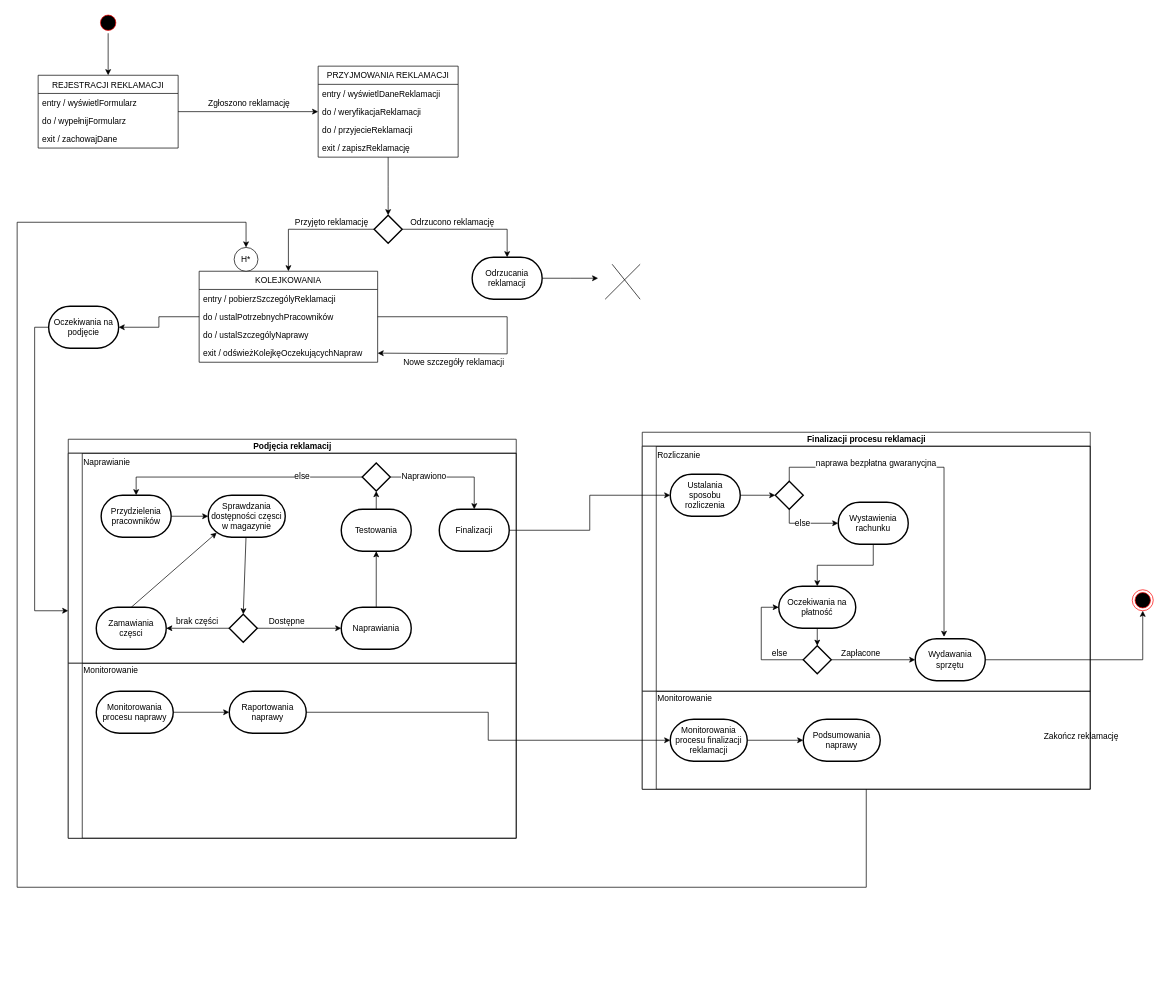
Before: Projekt4_diagram_maszyny_stanowej.drawio in kamilmix/e-learning_UCD, a draw.io diagram. Source tidied: cells renumbered, new cells numbered last; positions are measured from the earlier drawing's top-left corner, leaving out a move shared by most shapes. Both pictures are drawn from the tidied source at 70%, with x=0, y=0 at pixel (17, 12).
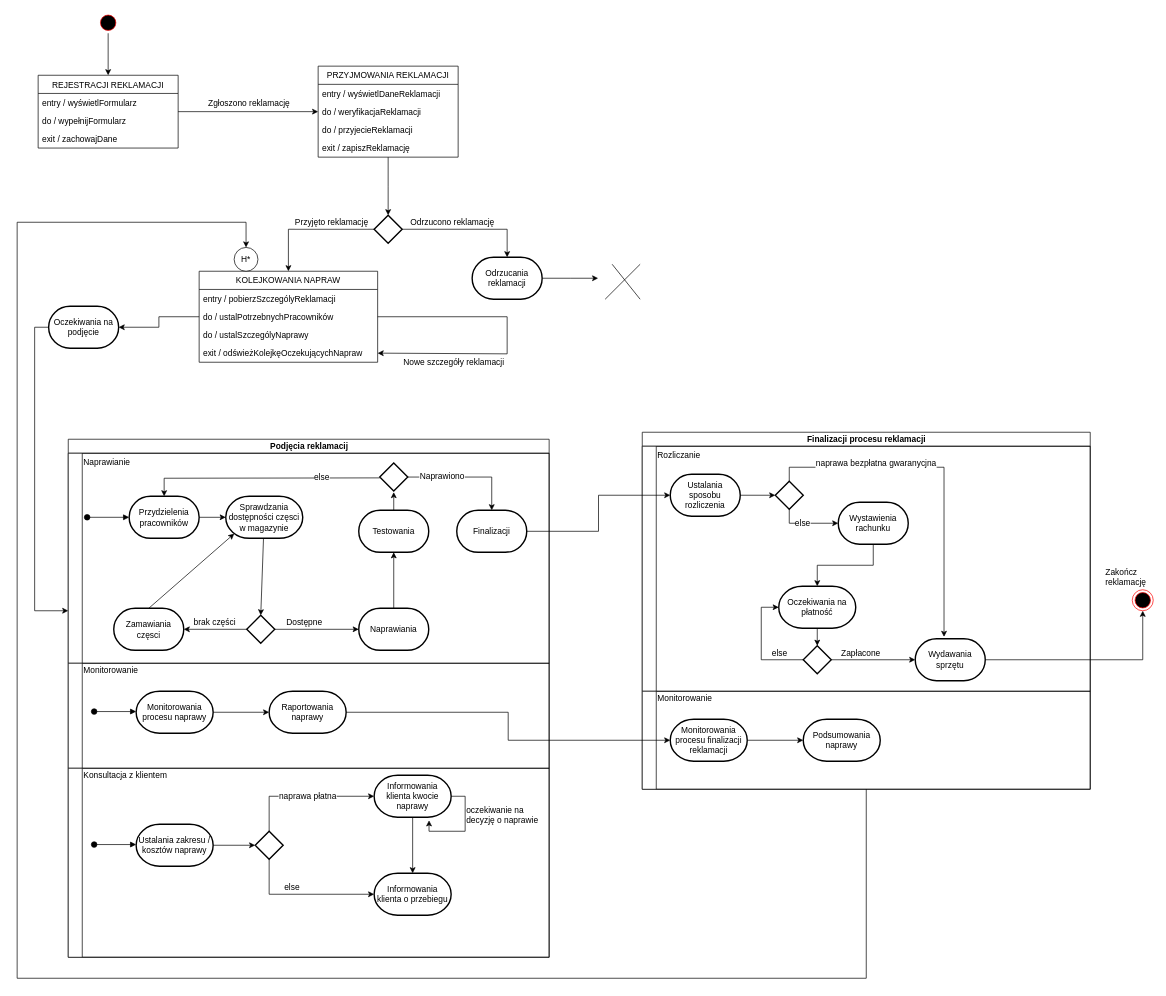
The same page after the edit.

The change refers to these unchanged cells:
```xml
<mxCell id="73" style="swimlane;html=1;startSize=20;horizontal=0;" parent="53" vertex="1">
  <mxGeometry y="370" width="640" height="140" as="geometry" />
</mxCell>
<mxCell id="95" value="H*" style="ellipse;whiteSpace=wrap;html=1;" parent="1" vertex="1">
  <mxGeometry x="310" y="336" width="34" height="34" as="geometry" />
</mxCell>
```

Diff of the diagram source:
```diff
@@
-    <mxCell id="8" value="KOLEJKOWANIA" style="swimlane;fontStyle=0;horizontal=1;startSize=26;fillColor=none;" parent="1" vertex="1">
+    <mxCell id="8" value="KOLEJKOWANIA NAPRAW" style="swimlane;fontStyle=0;horizontal=1;startSize=26;fillColor=none;" parent="1" vertex="1">
       <mxGeometry x="260" y="370" width="255" height="130" as="geometry" />
     </mxCell>
@@
     <mxCell id="24" value="Podjęcia reklamacij" style="swimlane;html=1;horizontal=1;startSize=20;" parent="1" vertex="1">
-      <mxGeometry x="73" y="610" width="640" height="570" as="geometry" />
+      <mxGeometry x="73" y="610" width="687" height="740" as="geometry" />
     </mxCell>
     <mxCell id="25" style="swimlane;html=1;startSize=20;horizontal=0;" parent="24" vertex="1">
-      <mxGeometry y="20" width="640" height="300" as="geometry" />
+      <mxGeometry y="20" width="687" height="300" as="geometry" />
     </mxCell>
@@
     <mxCell id="27" value="Przydzielenia pracowników" style="strokeWidth=2;html=1;shape=mxgraph.flowchart.terminator;whiteSpace=wrap;" parent="25" vertex="1">
-      <mxGeometry x="47" y="60" width="100" height="60" as="geometry" />
+      <mxGeometry x="87" y="61.5" width="100" height="60" as="geometry" />
     </mxCell>
@@
     <mxCell id="29" value="Sprawdzania dostępności częsci w magazynie" style="strokeWidth=2;html=1;shape=mxgraph.flowchart.terminator;whiteSpace=wrap;" parent="25" vertex="1">
-      <mxGeometry x="200" y="60" width="110" height="60" as="geometry" />
+      <mxGeometry x="225" y="61.5" width="110" height="60" as="geometry" />
     </mxCell>
@@
     <mxCell id="34" style="strokeWidth=2;html=1;shape=mxgraph.flowchart.decision;whiteSpace=wrap;" parent="25" vertex="1">
-      <mxGeometry x="230" y="230" width="40" height="40" as="geometry" />
+      <mxGeometry x="255" y="231.5" width="40" height="40" as="geometry" />
     </mxCell>
@@
     <mxCell id="36" value="Zamawiania częsci" style="strokeWidth=2;html=1;shape=mxgraph.flowchart.terminator;whiteSpace=wrap;" parent="25" vertex="1">
-      <mxGeometry x="40" y="220" width="100" height="60" as="geometry" />
+      <mxGeometry x="65" y="221.5" width="100" height="60" as="geometry" />
     </mxCell>
@@
     <mxCell id="38" value="Naprawiania" style="strokeWidth=2;html=1;shape=mxgraph.flowchart.terminator;whiteSpace=wrap;" parent="25" vertex="1">
-      <mxGeometry x="390" y="220" width="100" height="60" as="geometry" />
+      <mxGeometry x="415" y="221.5" width="100" height="60" as="geometry" />
     </mxCell>
-    <mxCell id="39" style="edgeStyle=none;rounded=0;jettySize=auto;html=1;exitX=0.5;exitY=0;exitDx=0;exitDy=0;exitPerimeter=0;entryX=0.5;entryY=1;entryDx=0;entryDy=0;entryPerimeter=0;" parent="25" edge="1" source="40" target="44">
-      <mxGeometry relative="1" as="geometry" />
+    <mxCell id="39" style="edgeStyle=none;rounded=0;jettySize=auto;html=1;exitX=0.5;exitY=0;exitDx=0;exitDy=0;exitPerimeter=0;entryX=0.5;entryY=1;entryDx=0;entryDy=0;entryPerimeter=0;" parent="25" edge="1" source="40">
+      <mxGeometry relative="1" as="geometry">
+        <mxPoint x="465" y="55.5" as="targetPoint" />
+      </mxGeometry>
     </mxCell>
     <mxCell id="40" value="Testowania" style="strokeWidth=2;html=1;shape=mxgraph.flowchart.terminator;whiteSpace=wrap;" parent="25" vertex="1">
-      <mxGeometry x="390" y="80" width="100" height="60" as="geometry" />
+      <mxGeometry x="415" y="81.5" width="100" height="60" as="geometry" />
     </mxCell>
@@
-    <mxCell id="42" style="rounded=0;jettySize=auto;html=1;exitX=0;exitY=0.5;exitDx=0;exitDy=0;exitPerimeter=0;entryX=0.5;entryY=0;entryDx=0;entryDy=0;entryPerimeter=0;edgeStyle=orthogonalEdgeStyle;" parent="25" edge="1" source="44" target="27">
-      <mxGeometry relative="1" as="geometry" />
+    <mxCell id="42" style="rounded=0;jettySize=auto;html=1;exitX=0;exitY=0.5;exitDx=0;exitDy=0;exitPerimeter=0;entryX=0.5;entryY=0;entryDx=0;entryDy=0;entryPerimeter=0;edgeStyle=orthogonalEdgeStyle;" parent="25" edge="1" target="27">
+      <mxGeometry relative="1" as="geometry">
+        <mxPoint x="445" y="35.2" as="sourcePoint" />
+      </mxGeometry>
     </mxCell>
@@
     <mxCell id="44" style="strokeWidth=2;html=1;shape=mxgraph.flowchart.decision;whiteSpace=wrap;" parent="25" vertex="1">
-      <mxGeometry x="420" y="14" width="40" height="40" as="geometry" />
+      <mxGeometry x="445" y="14" width="40" height="40" as="geometry" />
     </mxCell>
     <mxCell id="45" value="Finalizacji" style="strokeWidth=2;html=1;shape=mxgraph.flowchart.terminator;whiteSpace=wrap;" parent="25" vertex="1">
-      <mxGeometry x="530" y="80" width="100" height="60" as="geometry" />
+      <mxGeometry x="555" y="81.5" width="100" height="60" as="geometry" />
     </mxCell>
@@
+    <mxCell id="96" style="html=1;verticalAlign=bottom;startArrow=oval;startFill=1;endArrow=block;startSize=8;" parent="25" edge="1">
+      <mxGeometry relative="1" as="geometry">
+        <mxPoint x="27" y="91.5" as="sourcePoint" />
+        <mxPoint x="87" y="91.5" as="targetPoint" />
+      </mxGeometry>
+    </mxCell>
     <mxCell id="48" style="swimlane;html=1;startSize=20;horizontal=0;" parent="24" vertex="1">
-      <mxGeometry y="320" width="640" height="250" as="geometry" />
+      <mxGeometry y="320" width="687" height="150" as="geometry" />
     </mxCell>
@@
     <mxCell id="51" value="Monitorowania procesu naprawy" style="strokeWidth=2;html=1;shape=mxgraph.flowchart.terminator;whiteSpace=wrap;" parent="48" vertex="1">
-      <mxGeometry x="40" y="40" width="110" height="60" as="geometry" />
+      <mxGeometry x="97" y="40" width="110" height="60" as="geometry" />
     </mxCell>
     <mxCell id="52" value="Raportowania naprawy" style="strokeWidth=2;html=1;shape=mxgraph.flowchart.terminator;whiteSpace=wrap;" parent="48" vertex="1">
-      <mxGeometry x="230" y="40" width="110" height="60" as="geometry" />
+      <mxGeometry x="287" y="40" width="110" height="60" as="geometry" />
     </mxCell>
+    <mxCell id="97" style="html=1;verticalAlign=bottom;startArrow=oval;startFill=1;endArrow=block;startSize=8;" parent="48" edge="1">
+      <mxGeometry relative="1" as="geometry">
+        <mxPoint x="37" y="69" as="sourcePoint" />
+        <mxPoint x="97" y="69" as="targetPoint" />
+      </mxGeometry>
+    </mxCell>
+    <mxCell id="98" style="swimlane;html=1;startSize=20;horizontal=0;" parent="24" vertex="1">
+      <mxGeometry y="470" width="687" height="270" as="geometry" />
+    </mxCell>
+    <mxCell id="99" value="Konsultacja z klientem" style="text;html=1;align=left;verticalAlign=top;spacingTop=-4;" parent="98" vertex="1">
+      <mxGeometry x="20" width="130" height="20" as="geometry" />
+    </mxCell>
+    <mxCell id="100" style="edgeStyle=orthogonalEdgeStyle;rounded=0;jettySize=auto;html=1;" parent="98" edge="1" source="101" target="108">
+      <mxGeometry relative="1" as="geometry" />
+    </mxCell>
+    <mxCell id="101" value="Ustalania zakresu / kosztów naprawy" style="strokeWidth=2;html=1;shape=mxgraph.flowchart.terminator;whiteSpace=wrap;" parent="98" vertex="1">
+      <mxGeometry x="97" y="80" width="110" height="60" as="geometry" />
+    </mxCell>
+    <mxCell id="102" style="edgeStyle=orthogonalEdgeStyle;rounded=0;jettySize=auto;html=1;exitX=0.5;exitY=1;exitDx=0;exitDy=0;exitPerimeter=0;" parent="98" edge="1" source="103" target="109">
+      <mxGeometry relative="1" as="geometry" />
+    </mxCell>
+    <mxCell id="103" value="Informowania klienta kwocie naprawy" style="strokeWidth=2;html=1;shape=mxgraph.flowchart.terminator;whiteSpace=wrap;" parent="98" vertex="1">
+      <mxGeometry x="437" y="10" width="110" height="60" as="geometry" />
+    </mxCell>
+    <mxCell id="104" style="html=1;verticalAlign=bottom;startArrow=oval;startFill=1;endArrow=block;startSize=8;" parent="98" edge="1">
+      <mxGeometry relative="1" as="geometry">
+        <mxPoint x="37" y="109" as="sourcePoint" />
+        <mxPoint x="97" y="109" as="targetPoint" />
+      </mxGeometry>
+    </mxCell>
+    <mxCell id="105" style="edgeStyle=orthogonalEdgeStyle;rounded=0;jettySize=auto;html=1;exitX=0.5;exitY=0;exitDx=0;exitDy=0;exitPerimeter=0;entryX=0;entryY=0.5;entryDx=0;entryDy=0;entryPerimeter=0;" parent="98" edge="1" source="108" target="103">
+      <mxGeometry relative="1" as="geometry" />
+    </mxCell>
+    <mxCell id="106" value="naprawa płatna" style="text;html=1;align=center;verticalAlign=middle;labelBackgroundColor=#ffffff;" parent="105" vertex="1">
+      <mxGeometry x="-0.23" y="-27" relative="1" as="geometry">
+        <mxPoint x="27" y="-28" as="offset" />
+      </mxGeometry>
+    </mxCell>
+    <mxCell id="107" style="edgeStyle=orthogonalEdgeStyle;rounded=0;jettySize=auto;html=1;exitX=0.5;exitY=1;exitDx=0;exitDy=0;exitPerimeter=0;entryX=0;entryY=0.5;entryDx=0;entryDy=0;entryPerimeter=0;" parent="98" edge="1" source="108" target="109">
+      <mxGeometry relative="1" as="geometry" />
+    </mxCell>
+    <mxCell id="108" style="strokeWidth=2;html=1;shape=mxgraph.flowchart.decision;whiteSpace=wrap;" parent="98" vertex="1">
+      <mxGeometry x="267" y="90" width="40" height="40" as="geometry" />
+    </mxCell>
+    <mxCell id="109" value="Informowania klienta o przebiegu" style="strokeWidth=2;html=1;shape=mxgraph.flowchart.terminator;whiteSpace=wrap;" parent="98" vertex="1">
+      <mxGeometry x="437" y="150" width="110" height="60" as="geometry" />
+    </mxCell>
+    <mxCell id="110" value="else" style="text;html=1;align=left;verticalAlign=top;spacingTop=-4;" parent="98" vertex="1">
+      <mxGeometry x="307" y="160" width="40" height="20" as="geometry" />
+    </mxCell>
+    <mxCell id="111" style="edgeStyle=orthogonalEdgeStyle;rounded=0;orthogonalLoop=1;jettySize=auto;html=1;exitX=1;exitY=0.5;exitDx=0;exitDy=0;exitPerimeter=0;entryX=0.713;entryY=1.074;entryDx=0;entryDy=0;entryPerimeter=0;" parent="98" edge="1" source="103" target="103">
+      <mxGeometry relative="1" as="geometry" />
+    </mxCell>
+    <mxCell id="112" value="oczekiwanie na&lt;br&gt;decyzję o naprawie" style="text;html=1;align=left;verticalAlign=top;spacingTop=-4;" parent="98" vertex="1">
+      <mxGeometry x="567" y="50" width="120" height="30" as="geometry" />
+    </mxCell>
@@
-    <mxCell id="79" value="Zakończ reklamację" style="text;html=1;align=left;verticalAlign=top;spacingTop=-4;" parent="1" vertex="1">
-      <mxGeometry x="1465" y="1025" width="120" height="20" as="geometry" />
+    <mxCell id="79" value="Zakończ &lt;br&gt;reklamację" style="text;html=1;align=left;verticalAlign=top;spacingTop=-4;" parent="1" vertex="1">
+      <mxGeometry x="1553" y="790" width="70" height="30" as="geometry" />
     </mxCell>
@@
     <mxCell id="94" style="edgeStyle=orthogonalEdgeStyle;rounded=0;jettySize=auto;html=1;exitX=0.5;exitY=1;exitDx=0;exitDy=0;entryX=0.5;entryY=0;entryDx=0;entryDy=0;" parent="1" edge="1" source="73" target="95">
       <mxGeometry relative="1" as="geometry">
         <Array as="points">
-          <mxPoint x="1213" y="1250" />
-          <mxPoint y="1250" />
+          <mxPoint x="1213" y="1380" />
+          <mxPoint y="1380" />
           <mxPoint y="300" />
           <mxPoint x="327" y="300" />
         </Array>
       </mxGeometry>
     </mxCell>
```
